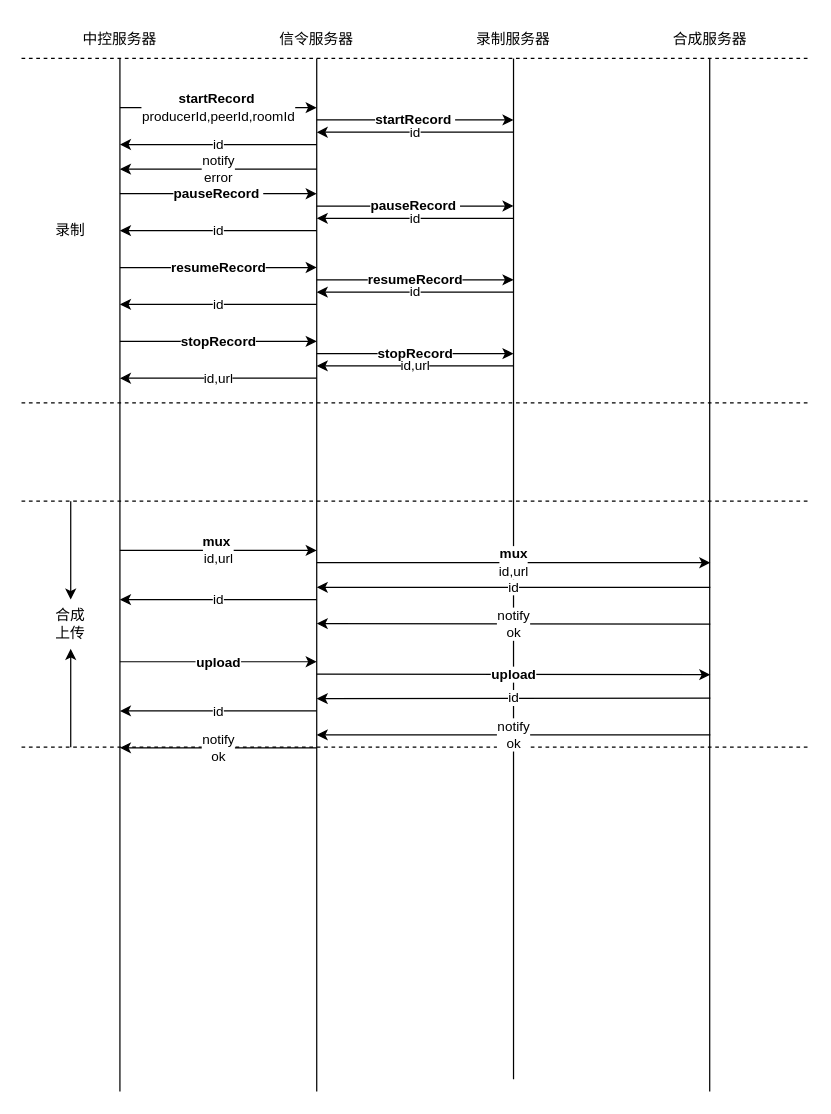
The draw.io diagram page "Page-1" (1 of 3) of Diagram3.drawio in craterone/imgs, before the edit. Source tidied: cells renumbered, new cells numbered last; positions are measured from the earlier drawing's top-left corner, leaving out a move shared by most shapes. Both pictures are drawn from the tidied source at 123%, with x=0, y=0 at pixel (21, 21).
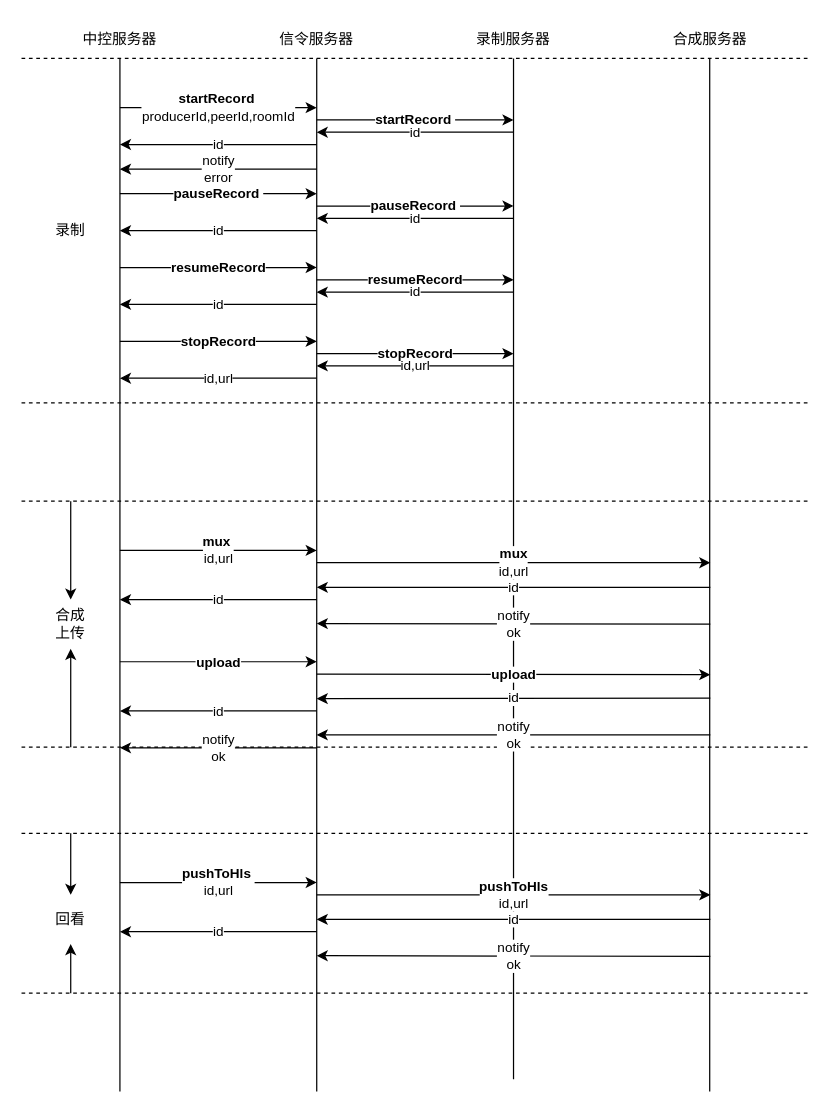
Above is the later version.

The edit, as a diff of the source:
```diff
@@
+    <mxCell id="47" style="endArrow=classic;html=1;rounded=0;" parent="1" edge="1">
+      <mxGeometry relative="1" as="geometry">
+        <mxPoint x="40" y="660" as="sourcePoint" />
+        <mxPoint x="40" y="710" as="targetPoint" />
+      </mxGeometry>
+    </mxCell>
+    <mxCell id="48" style="endArrow=classic;html=1;rounded=0;entryX=0.5;entryY=1;entryDx=0;entryDy=0;" parent="1" edge="1" target="54">
+      <mxGeometry relative="1" as="geometry">
+        <mxPoint x="40" y="790" as="sourcePoint" />
+      </mxGeometry>
+    </mxCell>
+    <mxCell id="49" style="endArrow=none;dashed=1;html=1;rounded=0;" parent="1" edge="1">
+      <mxGeometry relative="1" as="geometry">
+        <mxPoint y="660" as="sourcePoint" />
+        <mxPoint x="640" y="660" as="targetPoint" />
+      </mxGeometry>
+    </mxCell>
+    <mxCell id="50" value="&lt;b&gt;pushToHls&lt;/b&gt;&amp;nbsp;&lt;br&gt;id,url" style="endArrow=classic;html=1;rounded=0;" parent="1" edge="1">
+      <mxGeometry relative="1" as="geometry">
+        <mxPoint x="80" y="700" as="sourcePoint" />
+        <mxPoint x="240" y="700" as="targetPoint" />
+      </mxGeometry>
+    </mxCell>
+    <mxCell id="51" value="id" style="endArrow=none;html=1;rounded=0;startArrow=classic;startFill=1;endFill=0;" parent="1" edge="1">
+      <mxGeometry relative="1" as="geometry">
+        <mxPoint x="80" y="740" as="sourcePoint" />
+        <mxPoint x="240" y="740" as="targetPoint" />
+      </mxGeometry>
+    </mxCell>
+    <mxCell id="52" value="id" style="endArrow=none;html=1;rounded=0;startArrow=classic;startFill=1;endFill=0;" parent="1" edge="1">
+      <mxGeometry relative="1" as="geometry">
+        <mxPoint x="240" y="730" as="sourcePoint" />
+        <mxPoint x="560" y="730" as="targetPoint" />
+      </mxGeometry>
+    </mxCell>
+    <mxCell id="53" value="&lt;b&gt;pushToHls&lt;/b&gt;&lt;br&gt;id,url" style="endArrow=classic;html=1;rounded=0;" parent="1" edge="1">
+      <mxGeometry relative="1" as="geometry">
+        <mxPoint x="240" y="710" as="sourcePoint" />
+        <mxPoint x="560" y="710" as="targetPoint" />
+      </mxGeometry>
+    </mxCell>
+    <mxCell id="54" value="回看" style="text;html=1;strokeColor=none;fillColor=none;align=center;verticalAlign=middle;whiteSpace=wrap;rounded=0;" parent="1" vertex="1">
+      <mxGeometry x="10" y="710" width="60" height="40" as="geometry" />
+    </mxCell>
+    <mxCell id="55" style="endArrow=none;dashed=1;html=1;rounded=0;" parent="1" edge="1">
+      <mxGeometry relative="1" as="geometry">
+        <mxPoint y="790" as="sourcePoint" />
+        <mxPoint x="640" y="790" as="targetPoint" />
+      </mxGeometry>
+    </mxCell>
+    <mxCell id="56" value="notify&lt;br&gt;ok" style="endArrow=none;html=1;rounded=0;startArrow=classic;startFill=1;endFill=0;" parent="1" edge="1">
+      <mxGeometry relative="1" as="geometry">
+        <mxPoint x="240" y="759.5" as="sourcePoint" />
+        <mxPoint x="560" y="760" as="targetPoint" />
+      </mxGeometry>
+    </mxCell>
```
